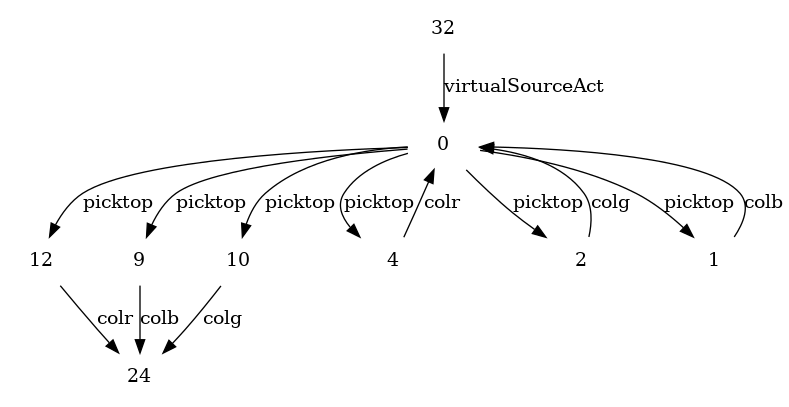
The Graphviz diagram PRP_planner-for-relevant-policies/solutionsByPRP/fond_RGBBlocks.png in Tridu33/SAVG, before a commit. Its source is kept beside it as PRP_planner-for-relevant-policies/solutionsByPRP/fond_RGBBlocks.dot.
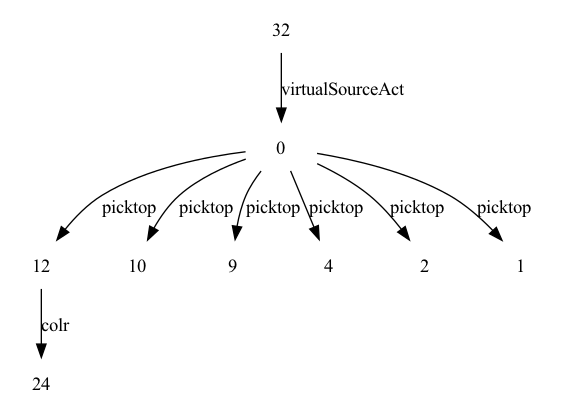
After the change.

Change to the diagram source:
```diff
@@ -1,10 +1,6 @@
 digraph G {
     node [shape=plaintext]
 12->24[label = "colr"]
-
-9->24[label = "colb"]
-
-10->24[label = "colg"]
 
 0->12[label = "picktop"]
 0->10[label = "picktop"]
@@ -15,10 +11,4 @@
 
 32->0[label = "virtualSourceAct"]
 
-1->0[label = "colb"]
-
-2->0[label = "colg"]
-
-4->0[label = "colr"]
-
 }
```
